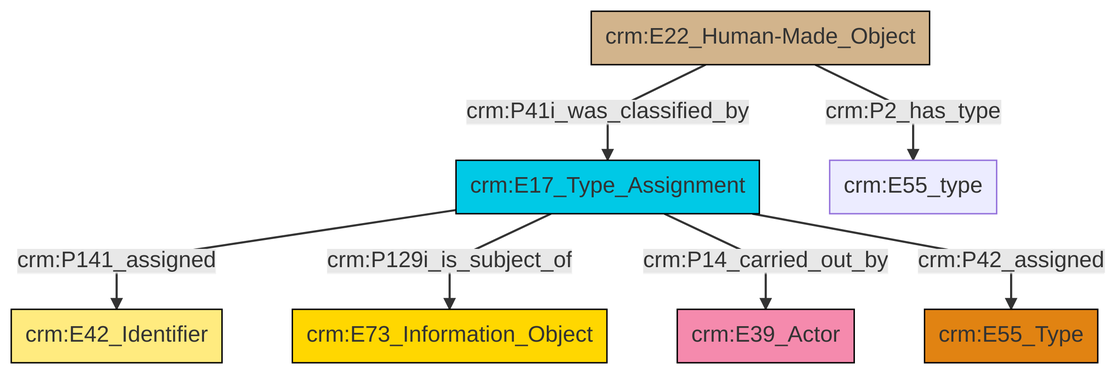
This is et/builtWorkCSV/ttl/mmd/png/Built_Work_designation_status.png from swiss-art-research-net/reference-data-models, a Mermaid export, as it was before one commit. Its source is kept beside it as et/builtWorkCSV/ttl/mmd/Built_Work_designation_status.ttl.mmd.
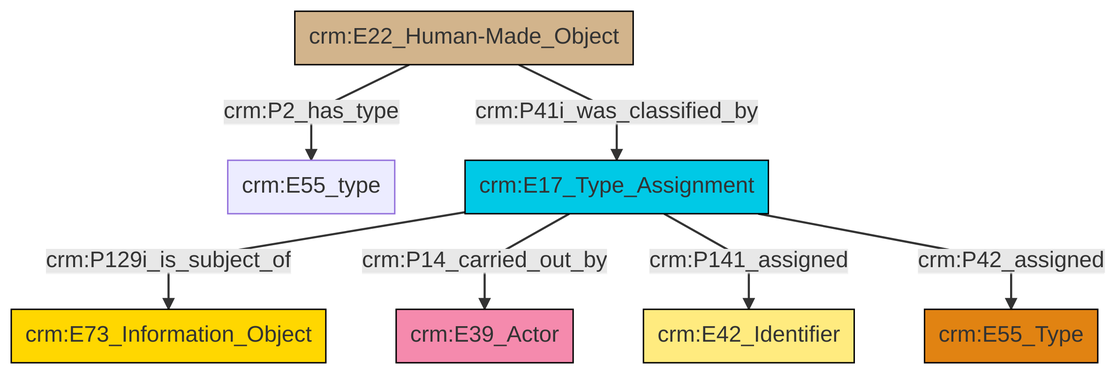
Above is the later version.

The edit, as a diff of the source:
```diff
@@ -13,9 +13,9 @@
 classDef PC_Classes fill:#4ce600, stroke:#000000;
 classDef Multi fill:#cccccc,stroke:#000000;
 
-0["crm:E17_Type_Assignment"]:::Temporal_Entity -->|crm:P141_assigned| 1["crm:E42_Identifier"]:::Appellation
-0["crm:E17_Type_Assignment"]:::Temporal_Entity -->|crm:P129i_is_subject_of| 2["crm:E73_Information_Object"]:::Conceptual_Object
-0["crm:E17_Type_Assignment"]:::Temporal_Entity -->|crm:P14_carried_out_by| 6["crm:E39_Actor"]:::Actor
-4["crm:E22_Human-Made_Object"]:::Physical_Thing -->|crm:P2_has_type| 8["crm:E55_type"]:::Default
-0["crm:E17_Type_Assignment"]:::Temporal_Entity -->|crm:P42_assigned| 9["crm:E55_Type"]:::Type
-4["crm:E22_Human-Made_Object"]:::Physical_Thing -->|crm:P41i_was_classified_by| 0["crm:E17_Type_Assignment"]:::Temporal_Entity
+2["crm:E22_Human-Made_Object"]:::Physical_Thing -->|crm:P2_has_type| 3["crm:E55_type"]:::Default
+4["crm:E17_Type_Assignment"]:::Temporal_Entity -->|crm:P129i_is_subject_of| 5["crm:E73_Information_Object"]:::Conceptual_Object
+4["crm:E17_Type_Assignment"]:::Temporal_Entity -->|crm:P14_carried_out_by| 0["crm:E39_Actor"]:::Actor
+4["crm:E17_Type_Assignment"]:::Temporal_Entity -->|crm:P141_assigned| 10["crm:E42_Identifier"]:::Appellation
+4["crm:E17_Type_Assignment"]:::Temporal_Entity -->|crm:P42_assigned| 11["crm:E55_Type"]:::Type
+2["crm:E22_Human-Made_Object"]:::Physical_Thing -->|crm:P41i_was_classified_by| 4["crm:E17_Type_Assignment"]:::Temporal_Entity
```
